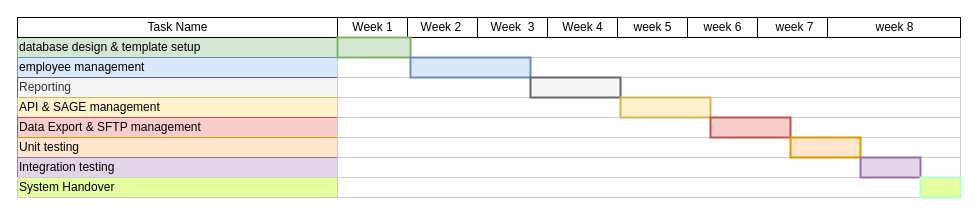
Above: ewd gant Diagram.drawio in nyashaChiza/design (draw.io), before the change. Source tidied: cells renumbered, new cells numbered last; positions are measured from the earlier drawing's top-left corner, leaving out a move shared by most shapes. Both pictures are drawn from the tidied source at 100%, with x=0, y=0 at pixel (17, 17).
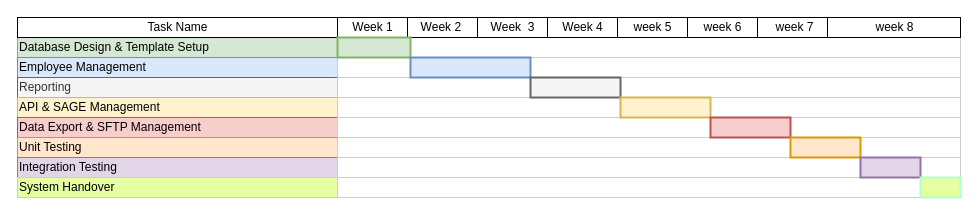
The same diagram, later.

What changed in the source:
```diff
@@
-    <mxCell id="2" value="database design &amp;amp; template setup" style="align=left;strokeColor=#82b366;html=1;fillColor=#d5e8d4;" parent="1" vertex="1">
+    <mxCell id="2" value="Database Design &amp;amp; Template Setup" style="align=left;strokeColor=#82b366;html=1;fillColor=#d5e8d4;" parent="1" vertex="1">
       <mxGeometry y="20" width="320" height="20" as="geometry" />
     </mxCell>
-    <mxCell id="3" value="employee management" style="align=left;strokeColor=#6c8ebf;html=1;fillColor=#dae8fc;" parent="1" vertex="1">
+    <mxCell id="3" value="Employee Management" style="align=left;strokeColor=#6c8ebf;html=1;fillColor=#dae8fc;" parent="1" vertex="1">
       <mxGeometry y="40" width="320" height="20" as="geometry" />
     </mxCell>
@@
-    <mxCell id="5" value="API &amp;amp; SAGE management" style="align=left;strokeColor=#d6b656;html=1;fillColor=#fff2cc;" parent="1" vertex="1">
+    <mxCell id="5" value="API &amp;amp; SAGE Management" style="align=left;strokeColor=#d6b656;html=1;fillColor=#fff2cc;" parent="1" vertex="1">
       <mxGeometry y="80" width="320" height="20" as="geometry" />
     </mxCell>
-    <mxCell id="6" value="Data Export &amp;amp; SFTP management" style="align=left;strokeColor=#b85450;html=1;fillColor=#f8cecc;" parent="1" vertex="1">
+    <mxCell id="6" value="Data Export &amp;amp; SFTP Management" style="align=left;strokeColor=#b85450;html=1;fillColor=#f8cecc;" parent="1" vertex="1">
       <mxGeometry y="100" width="320" height="20" as="geometry" />
     </mxCell>
-    <mxCell id="7" value="Unit testing" style="align=left;strokeColor=#d79b00;html=1;fillColor=#ffe6cc;" parent="1" vertex="1">
+    <mxCell id="7" value="Unit Testing" style="align=left;strokeColor=#d79b00;html=1;fillColor=#ffe6cc;" parent="1" vertex="1">
       <mxGeometry y="120" width="320" height="20" as="geometry" />
     </mxCell>
@@
-    <mxCell id="9" value="Integration testing" style="align=left;strokeColor=#9673a6;html=1;fillColor=#e1d5e7;" parent="1" vertex="1">
+    <mxCell id="9" value="Integration Testing" style="align=left;strokeColor=#9673a6;html=1;fillColor=#e1d5e7;" parent="1" vertex="1">
       <mxGeometry y="140" width="320" height="20" as="geometry" />
     </mxCell>
```
